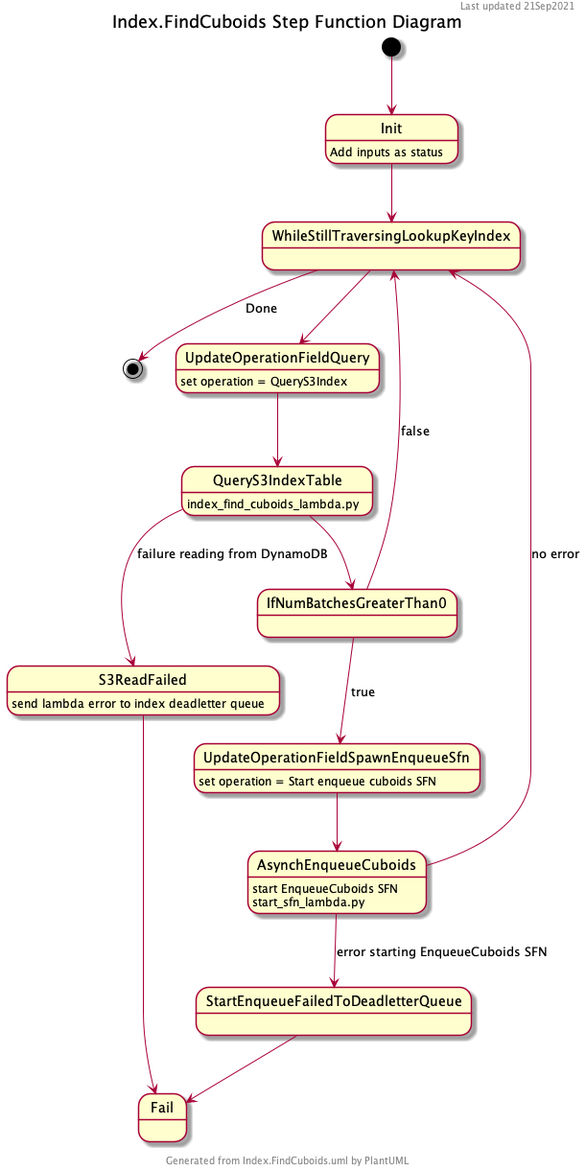
Before: docs/object_indexing/Index.FindCuboids.png, a diagram exported from PlantUML (jhuapl-boss/boss-manage). Source of this version:
```plantuml
@startuml

header Last updated 21Sep2021
footer Generated from Index.FindCuboids.uml by PlantUML
title Index.FindCuboids Step Function Diagram

[*] --> Init
Init: Add inputs as status
Init --> WhileStillTraversingLookupKeyIndex

WhileStillTraversingLookupKeyIndex --> [*]: Done
WhileStillTraversingLookupKeyIndex --> UpdateOperationFieldQuery

UpdateOperationFieldQuery: set operation = QueryS3Index
UpdateOperationFieldQuery --> QueryS3IndexTable

QueryS3IndexTable: index_find_cuboids_lambda.py
QueryS3IndexTable --> S3ReadFailed: failure reading from DynamoDB
QueryS3IndexTable --> IfNumBatchesGreaterThan0

S3ReadFailed --> Fail
S3ReadFailed : send lambda error to index deadletter queue

IfNumBatchesGreaterThan0 --> UpdateOperationFieldSpawnEnqueueSfn : true
IfNumBatchesGreaterThan0 --> WhileStillTraversingLookupKeyIndex : false

UpdateOperationFieldSpawnEnqueueSfn: set operation = Start enqueue cuboids SFN
UpdateOperationFieldSpawnEnqueueSfn --> AsynchEnqueueCuboids

AsynchEnqueueCuboids: start EnqueueCuboids SFN
AsynchEnqueueCuboids: start_sfn_lambda.py
AsynchEnqueueCuboids --> StartEnqueueFailedToDeadletterQueue : error starting EnqueueCuboids SFN
AsynchEnqueueCuboids --> WhileStillTraversingLookupKeyIndex : no error

StartEnqueueFailedToDeadletterQueue --> Fail

@enduml
```
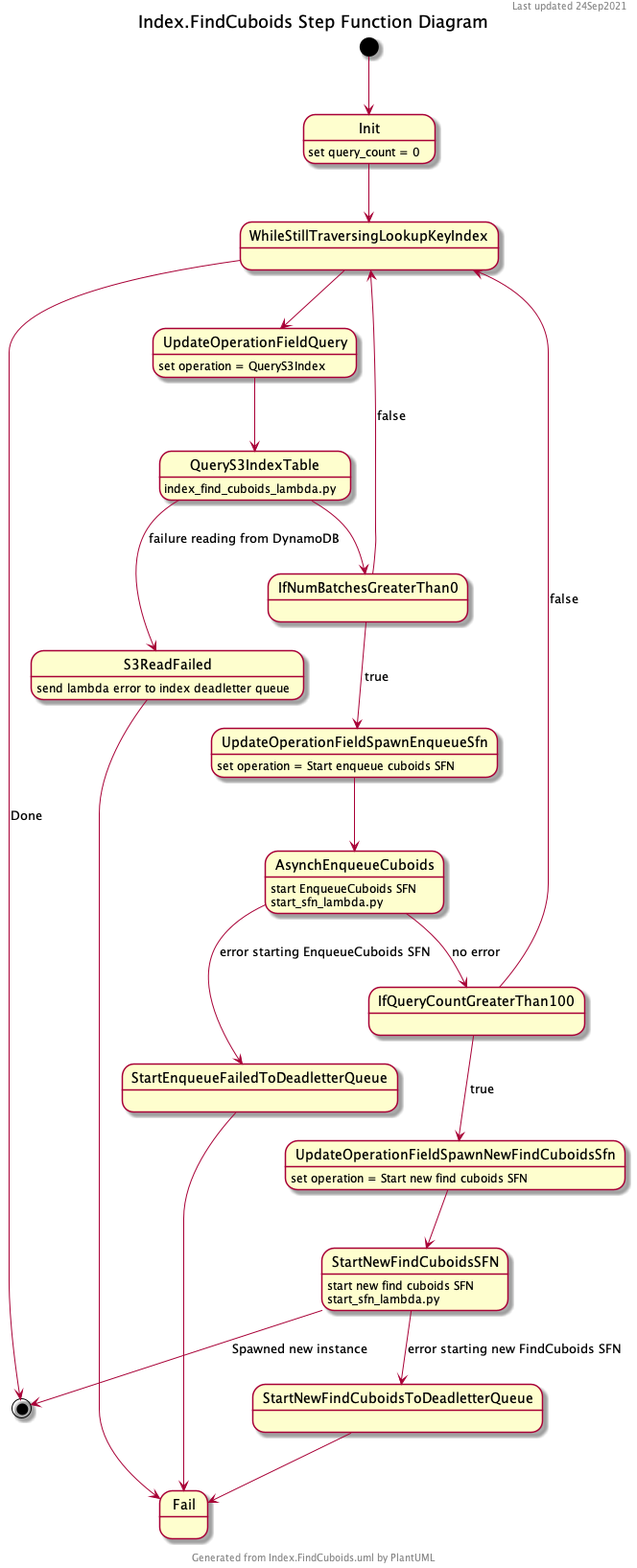
Later version of the same file.

The edit, as a diff of the source:
```diff
@@ -1,11 +1,11 @@
 @startuml
 
-header Last updated 21Sep2021
+header Last updated 24Sep2021
 footer Generated from Index.FindCuboids.uml by PlantUML
 title Index.FindCuboids Step Function Diagram
 
 [*] --> Init
-Init: Add inputs as status
+Init: set query_count = 0
 Init --> WhileStillTraversingLookupKeyIndex
 
 WhileStillTraversingLookupKeyIndex --> [*]: Done
@@ -30,8 +30,20 @@
 AsynchEnqueueCuboids: start EnqueueCuboids SFN
 AsynchEnqueueCuboids: start_sfn_lambda.py
 AsynchEnqueueCuboids --> StartEnqueueFailedToDeadletterQueue : error starting EnqueueCuboids SFN
-AsynchEnqueueCuboids --> WhileStillTraversingLookupKeyIndex : no error
+AsynchEnqueueCuboids --> IfQueryCountGreaterThan100 : no error
 
 StartEnqueueFailedToDeadletterQueue --> Fail
 
+IfQueryCountGreaterThan100 --> WhileStillTraversingLookupKeyIndex : false
+IfQueryCountGreaterThan100 --> UpdateOperationFieldSpawnNewFindCuboidsSfn : true
+
+UpdateOperationFieldSpawnNewFindCuboidsSfn --> StartNewFindCuboidsSFN
+UpdateOperationFieldSpawnNewFindCuboidsSfn: set operation = Start new find cuboids SFN
+
+StartNewFindCuboidsSFN: start new find cuboids SFN
+StartNewFindCuboidsSFN: start_sfn_lambda.py
+StartNewFindCuboidsSFN --> [*]: Spawned new instance
+StartNewFindCuboidsSFN --> StartNewFindCuboidsToDeadletterQueue : error starting new FindCuboids SFN
+
+StartNewFindCuboidsToDeadletterQueue --> Fail
 @enduml
```
